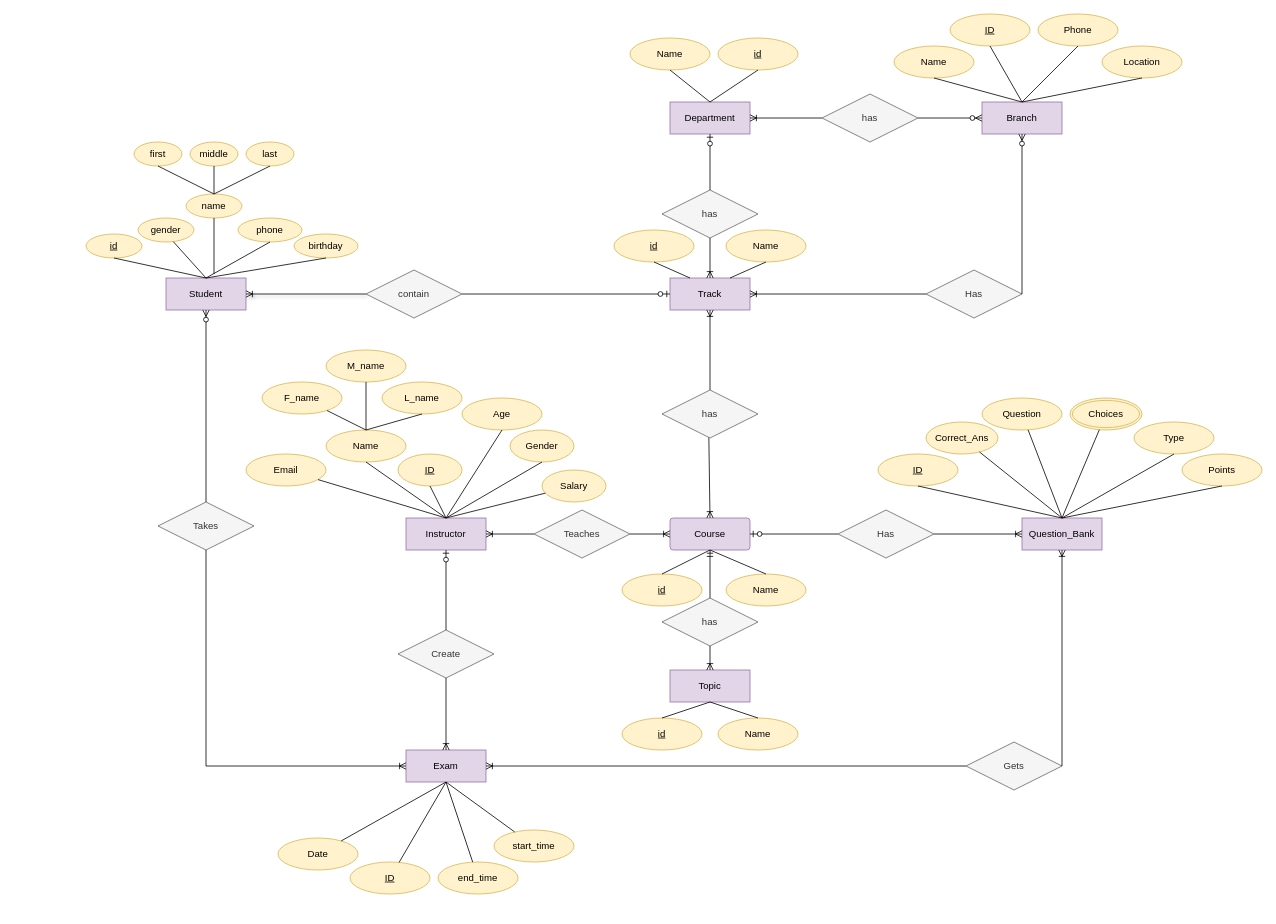
aya-abdelmageed/OnlineExaminationSystem keeps this draw.io diagram as OnlineExaminationSystem.drawio. Above is the earlier version. Source tidied: cells renumbered, new cells numbered last; positions are measured from the earlier drawing's top-left corner, leaving out a move shared by most shapes. Both pictures are drawn from the tidied source at 80%, with x=0, y=0 at pixel (86, 14).
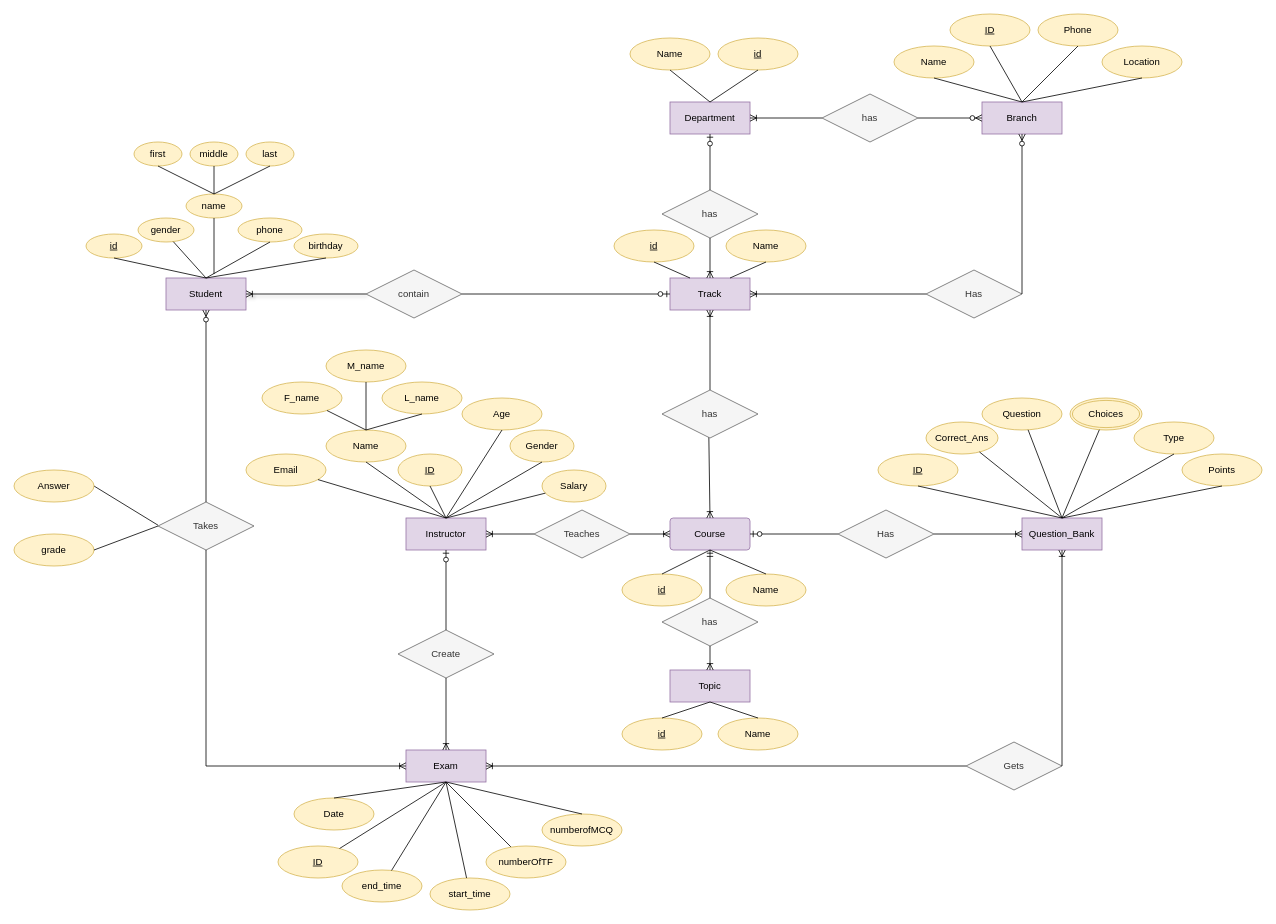
After the change.

The change refers to these unchanged cells:
```xml
<mxCell id="26" value="Exam" style="whiteSpace=wrap;html=1;align=center;fillColor=#e1d5e7;strokeColor=#9673a6;" parent="1" vertex="1">
  <mxGeometry x="400" y="920" width="100" height="40" as="geometry" />
</mxCell>
<mxCell id="113" value="Takes" style="shape=rhombus;perimeter=rhombusPerimeter;whiteSpace=wrap;html=1;align=center;fillColor=#f5f5f5;fontColor=#333333;strokeColor=#666666;" parent="1" vertex="1">
  <mxGeometry x="90" y="610" width="120" height="60" as="geometry" />
</mxCell>
```

What changed in the source:
```diff
@@
     <mxCell id="10" value="ID" style="ellipse;whiteSpace=wrap;html=1;align=center;fontStyle=4;fillColor=#fff2cc;strokeColor=#d6b656;" parent="1" vertex="1">
-      <mxGeometry x="330" y="1060" width="100" height="40" as="geometry" />
+      <mxGeometry x="240" y="1040" width="100" height="40" as="geometry" />
     </mxCell>
@@
     <mxCell id="12" value="Date" style="ellipse;whiteSpace=wrap;html=1;align=center;fillColor=#fff2cc;strokeColor=#d6b656;" parent="1" vertex="1">
-      <mxGeometry x="240" y="1030" width="100" height="40" as="geometry" />
+      <mxGeometry x="260" y="980" width="100" height="40" as="geometry" />
     </mxCell>
@@
     <mxCell id="28" value="end_time" style="ellipse;whiteSpace=wrap;html=1;align=center;fillColor=#fff2cc;strokeColor=#d6b656;" parent="1" vertex="1">
-      <mxGeometry x="440" y="1060" width="100" height="40" as="geometry" />
+      <mxGeometry x="320" y="1070" width="100" height="40" as="geometry" />
     </mxCell>
     <mxCell id="29" value="start_time" style="ellipse;whiteSpace=wrap;html=1;align=center;fillColor=#fff2cc;strokeColor=#d6b656;" parent="1" vertex="1">
-      <mxGeometry x="510" y="1020" width="100" height="40" as="geometry" />
+      <mxGeometry x="430" y="1080" width="100" height="40" as="geometry" />
     </mxCell>
@@
-    <mxCell id="33" style="endArrow=none;html=1;rounded=0;entryX=0.5;entryY=1;entryDx=0;entryDy=0;" parent="1" edge="1" source="12">
+    <mxCell id="33" style="endArrow=none;html=1;rounded=0;entryX=0.5;entryY=1;entryDx=0;entryDy=0;exitX=0.5;exitY=0;exitDx=0;exitDy=0;" parent="1" edge="1" source="12">
       <mxGeometry relative="1" as="geometry">
         <mxPoint x="450" y="960" as="targetPoint" />
       </mxGeometry>
     </mxCell>
@@
+    <mxCell id="123" style="endArrow=none;html=1;rounded=0;exitX=1;exitY=0.5;exitDx=0;exitDy=0;" parent="1" edge="1" source="124">
+      <mxGeometry relative="1" as="geometry">
+        <mxPoint x="90" y="639" as="targetPoint" />
+      </mxGeometry>
+    </mxCell>
+    <mxCell id="124" value="Answer" style="ellipse;whiteSpace=wrap;html=1;align=center;fillColor=#fff2cc;strokeColor=#d6b656;" parent="1" vertex="1">
+      <mxGeometry x="-90" y="570" width="100" height="40" as="geometry" />
+    </mxCell>
+    <mxCell id="125" value="grade" style="ellipse;whiteSpace=wrap;html=1;align=center;fillColor=#fff2cc;strokeColor=#d6b656;" parent="1" vertex="1">
+      <mxGeometry x="-90" y="650" width="100" height="40" as="geometry" />
+    </mxCell>
+    <mxCell id="126" style="endArrow=none;html=1;rounded=0;entryX=0;entryY=0.5;entryDx=0;entryDy=0;exitX=1;exitY=0.5;exitDx=0;exitDy=0;" parent="1" edge="1" source="125" target="113">
+      <mxGeometry relative="1" as="geometry" />
+    </mxCell>
+    <mxCell id="127" value="numberofMCQ" style="ellipse;whiteSpace=wrap;html=1;align=center;fillColor=#fff2cc;strokeColor=#d6b656;" parent="1" vertex="1">
+      <mxGeometry x="570" y="1000" width="100" height="40" as="geometry" />
+    </mxCell>
+    <mxCell id="128" style="endArrow=none;html=1;rounded=0;exitX=0.5;exitY=1;exitDx=0;exitDy=0;" parent="1" edge="1" source="130">
+      <mxGeometry relative="1" as="geometry">
+        <mxPoint x="550" y="1040" as="targetPoint" />
+      </mxGeometry>
+    </mxCell>
+    <mxCell id="129" style="endArrow=none;html=1;rounded=0;exitX=0.5;exitY=1;exitDx=0;exitDy=0;" parent="1" edge="1" source="26" target="130">
+      <mxGeometry relative="1" as="geometry" />
+    </mxCell>
+    <mxCell id="130" value="numberOfTF" style="ellipse;whiteSpace=wrap;html=1;align=center;fillColor=#fff2cc;strokeColor=#d6b656;" parent="1" vertex="1">
+      <mxGeometry x="500" y="1040" width="100" height="40" as="geometry" />
+    </mxCell>
+    <mxCell id="131" style="endArrow=none;html=1;rounded=0;entryX=0.5;entryY=0;entryDx=0;entryDy=0;" parent="1" edge="1" target="127">
+      <mxGeometry relative="1" as="geometry">
+        <mxPoint x="450" y="960" as="sourcePoint" />
+      </mxGeometry>
+    </mxCell>
```
